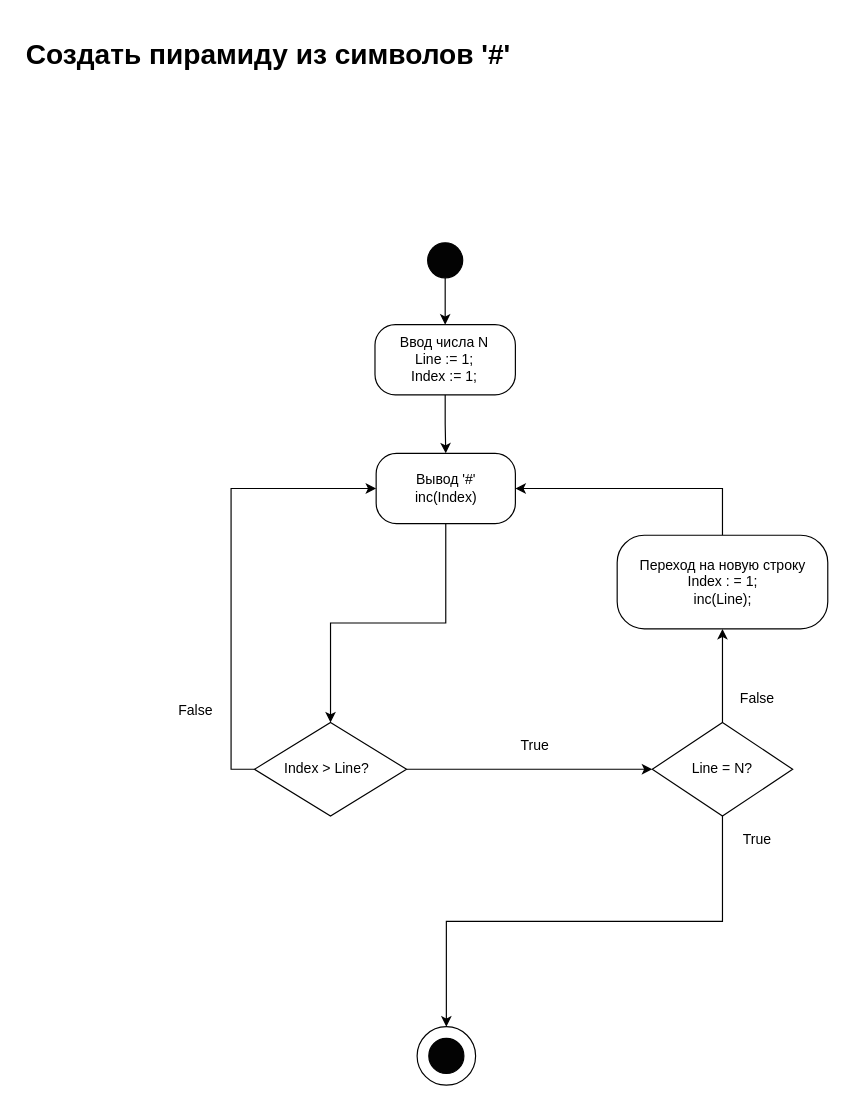
Above: 1/Task1_Solution.drawio in frozzen256/BPA18-01 (draw.io), before the change. Source tidied: cells renumbered, new cells numbered last; positions are measured from the earlier drawing's top-left corner, leaving out a move shared by most shapes. Both pictures are drawn from the tidied source at 117%, with x=0, y=0 at pixel (20, 32).
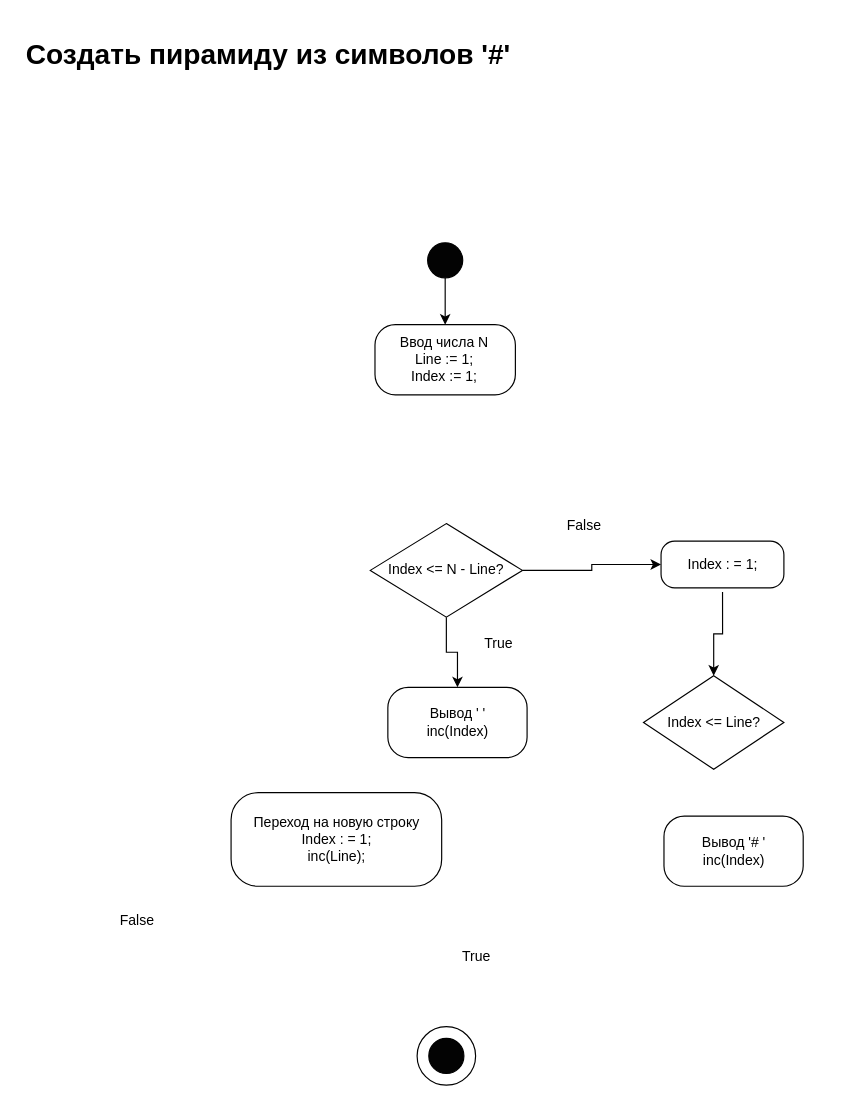
After the change.

The change refers to these unchanged cells:
```xml
<mxCell id="6" style="rounded=1;whiteSpace=wrap;html=1;fillColor=#FFFFFF;arcSize=29;strokeColor=#000000;" parent="1" vertex="1">
  <mxGeometry x="303" y="250" width="120" height="60" as="geometry" />
</mxCell>
<mxCell id="10" style="rounded=1;whiteSpace=wrap;html=1;fillColor=#FFFFFF;arcSize=29;strokeColor=#000000;" parent="9" vertex="1">
  <mxGeometry width="119" height="60" as="geometry" />
</mxCell>
<mxCell id="28" style="ellipse;whiteSpace=wrap;html=1;fillColor=none;" parent="1" vertex="1">
  <mxGeometry x="339" y="850" width="50" height="50" as="geometry" />
</mxCell>
```

Change to the diagram source:
```diff
@@
-    <mxCell id="5" style="edgeStyle=orthogonalEdgeStyle;rounded=0;jettySize=auto;html=1;exitX=0.5;exitY=1;exitDx=0;exitDy=0;entryX=0.5;entryY=0;entryDx=0;entryDy=0;" parent="1" edge="1" source="6" target="10">
-      <mxGeometry relative="1" as="geometry" />
-    </mxCell>
@@
-    <mxCell id="8" style="edgeStyle=orthogonalEdgeStyle;rounded=0;jettySize=auto;html=1;exitX=0.5;exitY=1;exitDx=0;exitDy=0;entryX=0.5;entryY=0;entryDx=0;entryDy=0;" parent="1" edge="1" source="10" target="14">
-      <mxGeometry relative="1" as="geometry" />
-    </mxCell>
     <mxCell id="9" style="group;" parent="1" vertex="1">
-      <mxGeometry x="304" y="360" width="119" height="60" as="geometry" />
+      <mxGeometry x="314" y="560" width="119" height="60" as="geometry" />
     </mxCell>
@@
-    <mxCell id="11" value="Вывод '#'&lt;br&gt;inc(Index)" style="text;html=1;strokeColor=none;fillColor=none;align=center;verticalAlign=middle;whiteSpace=wrap;rounded=0;" parent="9" vertex="1">
+    <mxCell id="11" value="Вывод ' '&lt;br&gt;inc(Index)" style="text;html=1;strokeColor=none;fillColor=none;align=center;verticalAlign=middle;whiteSpace=wrap;rounded=0;" parent="9" vertex="1">
       <mxGeometry x="29.5" y="15" width="60" height="30" as="geometry" />
     </mxCell>
-    <mxCell id="12" style="edgeStyle=orthogonalEdgeStyle;rounded=0;jettySize=auto;html=1;exitX=1;exitY=0.5;exitDx=0;exitDy=0;entryX=0;entryY=0.5;entryDx=0;entryDy=0;" parent="1" edge="1" source="14" target="20">
-      <mxGeometry relative="1" as="geometry" />
-    </mxCell>
-    <mxCell id="13" style="edgeStyle=orthogonalEdgeStyle;rounded=0;jettySize=auto;html=1;exitX=0;exitY=0.5;exitDx=0;exitDy=0;entryX=0;entryY=0.5;entryDx=0;entryDy=0;" parent="1" edge="1" source="14" target="10">
+    <mxCell id="13" style="edgeStyle=orthogonalEdgeStyle;rounded=0;jettySize=auto;html=1;exitX=0.5;exitY=1;exitDx=0;exitDy=0;entryX=0.5;entryY=0;entryDx=0;entryDy=0;" parent="1" edge="1" source="14" target="10">
       <mxGeometry relative="1" as="geometry" />
     </mxCell>
+    <mxCell id="29" style="edgeStyle=orthogonalEdgeStyle;rounded=0;jettySize=auto;html=1;" parent="1" edge="1" source="14" target="34">
+      <mxGeometry relative="1" as="geometry" />
+    </mxCell>
     <mxCell id="14" style="rhombus;whiteSpace=wrap;html=1;strokeColor=#000000;fillColor=#FFFFFF;" parent="1" vertex="1">
-      <mxGeometry x="200" y="590" width="130" height="80" as="geometry" />
+      <mxGeometry x="299" y="420" width="130" height="80" as="geometry" />
     </mxCell>
-    <mxCell id="15" value="Index &amp;gt; Line?" style="text;html=1;strokeColor=none;fillColor=none;align=center;verticalAlign=middle;whiteSpace=wrap;rounded=0;" parent="1" vertex="1">
-      <mxGeometry x="183" y="620" width="158" height="20" as="geometry" />
+    <mxCell id="15" value="Index &amp;lt;= N - Line?" style="text;html=1;strokeColor=none;fillColor=none;align=center;verticalAlign=middle;whiteSpace=wrap;rounded=0;" parent="1" vertex="1">
+      <mxGeometry x="285" y="450" width="158" height="20" as="geometry" />
     </mxCell>
-    <mxCell id="16" style="edgeStyle=orthogonalEdgeStyle;rounded=0;jettySize=auto;html=1;exitX=0.5;exitY=0;exitDx=0;exitDy=0;entryX=1;entryY=0.5;entryDx=0;entryDy=0;" parent="1" edge="1" source="17" target="10">
-      <mxGeometry relative="1" as="geometry" />
-    </mxCell>
     <mxCell id="17" style="rounded=1;whiteSpace=wrap;html=1;fillColor=#FFFFFF;arcSize=29;strokeColor=#000000;" parent="1" vertex="1">
-      <mxGeometry x="510" y="430" width="180" height="80" as="geometry" />
+      <mxGeometry x="180" y="650" width="180" height="80" as="geometry" />
     </mxCell>
     <mxCell id="18" value="Переход на новую строку&lt;br&gt;Index : = 1;&lt;br&gt;inc(Line);" style="text;html=1;strokeColor=none;fillColor=none;align=center;verticalAlign=middle;whiteSpace=wrap;rounded=0;" parent="1" vertex="1">
-      <mxGeometry x="527.5" y="445" width="145" height="50" as="geometry" />
+      <mxGeometry x="197.5" y="665" width="145" height="50" as="geometry" />
     </mxCell>
-    <mxCell id="19" style="edgeStyle=orthogonalEdgeStyle;rounded=0;jettySize=auto;html=1;exitX=0.5;exitY=1;exitDx=0;exitDy=0;entryX=0.5;entryY=0;entryDx=0;entryDy=0;" parent="1" edge="1" source="20" target="28">
-      <mxGeometry relative="1" as="geometry" />
-    </mxCell>
-    <mxCell id="20" style="rhombus;whiteSpace=wrap;html=1;strokeColor=#000000;fillColor=#FFFFFF;" parent="1" vertex="1">
-      <mxGeometry x="540" y="590" width="120" height="80" as="geometry" />
-    </mxCell>
-    <mxCell id="21" style="edgeStyle=orthogonalEdgeStyle;rounded=0;jettySize=auto;html=1;entryX=0.5;entryY=1;entryDx=0;entryDy=0;exitX=0.5;exitY=0;exitDx=0;exitDy=0;" parent="1" edge="1" source="20" target="17">
-      <mxGeometry relative="1" as="geometry" />
-    </mxCell>
-    <mxCell id="22" value="Line = N?" style="text;html=1;strokeColor=none;fillColor=none;align=center;verticalAlign=middle;whiteSpace=wrap;rounded=0;" parent="1" vertex="1">
-      <mxGeometry x="540" y="600" width="120" height="60" as="geometry" />
-    </mxCell>
     <mxCell id="23" value="True" style="text;html=1;strokeColor=none;fillColor=none;align=center;verticalAlign=middle;whiteSpace=wrap;rounded=0;" parent="1" vertex="1">
-      <mxGeometry x="420" y="600" width="40" height="20" as="geometry" />
+      <mxGeometry x="370" y="780" width="40" height="20" as="geometry" />
     </mxCell>
     <mxCell id="24" value="False" style="text;html=1;strokeColor=none;fillColor=none;align=center;verticalAlign=middle;whiteSpace=wrap;rounded=0;" parent="1" vertex="1">
-      <mxGeometry x="130" y="570" width="40" height="20" as="geometry" />
+      <mxGeometry x="80" y="750" width="40" height="20" as="geometry" />
     </mxCell>
     <mxCell id="25" value="True" style="text;html=1;strokeColor=none;fillColor=none;align=center;verticalAlign=middle;whiteSpace=wrap;rounded=0;" parent="1" vertex="1">
-      <mxGeometry x="610" y="680" width="40" height="20" as="geometry" />
+      <mxGeometry x="389" y="513" width="40" height="20" as="geometry" />
     </mxCell>
     <mxCell id="26" value="False" style="text;html=1;strokeColor=none;fillColor=none;align=center;verticalAlign=middle;whiteSpace=wrap;rounded=0;" parent="1" vertex="1">
-      <mxGeometry x="610" y="560" width="40" height="20" as="geometry" />
+      <mxGeometry x="462" y="411.5" width="40" height="20" as="geometry" />
     </mxCell>
@@
+    <mxCell id="30" style="group;" parent="1" vertex="1">
+      <mxGeometry x="550" y="670" width="119" height="60" as="geometry" />
+    </mxCell>
+    <mxCell id="31" style="rounded=1;whiteSpace=wrap;html=1;fillColor=#FFFFFF;arcSize=29;strokeColor=#000000;" parent="30" vertex="1">
+      <mxGeometry width="119" height="60" as="geometry" />
+    </mxCell>
+    <mxCell id="32" value="Вывод '# '&lt;br&gt;inc(Index)" style="text;html=1;strokeColor=none;fillColor=none;align=center;verticalAlign=middle;whiteSpace=wrap;rounded=0;" parent="30" vertex="1">
+      <mxGeometry x="29.5" y="15" width="60" height="30" as="geometry" />
+    </mxCell>
+    <mxCell id="33" style="group;" parent="1" vertex="1">
+      <mxGeometry x="532.5" y="550" width="120" height="80" as="geometry" />
+    </mxCell>
+    <mxCell id="20" style="rhombus;whiteSpace=wrap;html=1;strokeColor=#000000;fillColor=#FFFFFF;" parent="33" vertex="1">
+      <mxGeometry width="120" height="80" as="geometry" />
+    </mxCell>
+    <mxCell id="22" value="Index &amp;lt;= Line?" style="text;html=1;strokeColor=none;fillColor=none;align=center;verticalAlign=middle;whiteSpace=wrap;rounded=0;" parent="33" vertex="1">
+      <mxGeometry y="10" width="120" height="60" as="geometry" />
+    </mxCell>
+    <mxCell id="34" style="rounded=1;whiteSpace=wrap;html=1;fillColor=#FFFFFF;arcSize=29;strokeColor=#000000;" parent="1" vertex="1">
+      <mxGeometry x="547.5" y="435" width="105" height="40" as="geometry" />
+    </mxCell>
+    <mxCell id="35" style="edgeStyle=orthogonalEdgeStyle;rounded=0;jettySize=auto;html=1;exitX=0.5;exitY=1;exitDx=0;exitDy=0;entryX=0.5;entryY=0;entryDx=0;entryDy=0;" parent="1" edge="1" source="36" target="20">
+      <mxGeometry relative="1" as="geometry" />
+    </mxCell>
+    <mxCell id="36" value="Index : = 1;" style="text;html=1;strokeColor=none;fillColor=none;align=center;verticalAlign=middle;whiteSpace=wrap;rounded=0;" parent="1" vertex="1">
+      <mxGeometry x="536.8" y="431.5" width="126.5" height="47" as="geometry" />
+    </mxCell>
```
